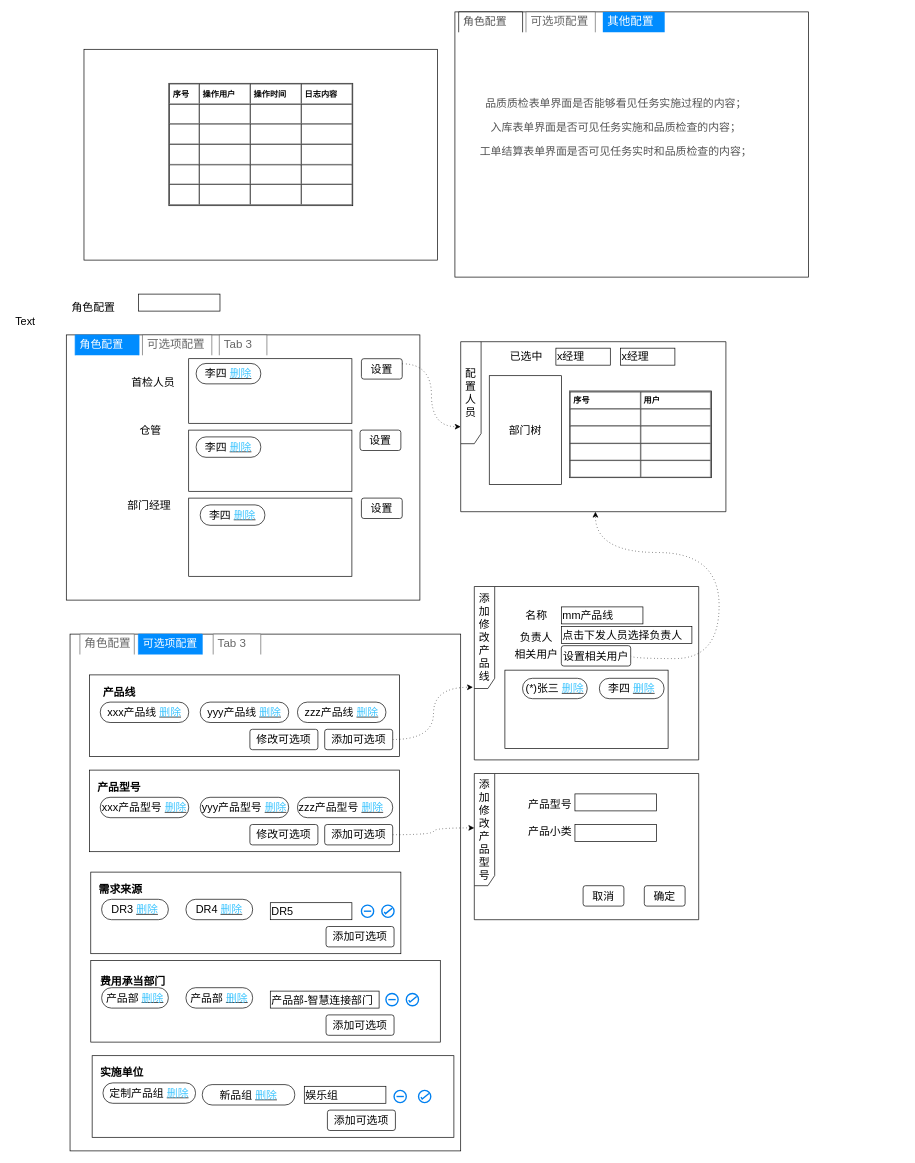
Before: page "系统管理页面" (2 of 2) of PTS.drawio in waterwatermelon/graph, a draw.io diagram. Source tidied: cells renumbered, new cells numbered last; positions are measured from the earlier drawing's top-left corner, leaving out a move shared by most shapes. Both pictures are drawn from the tidied source at 68%, with x=0, y=0 at pixel (12, 12).
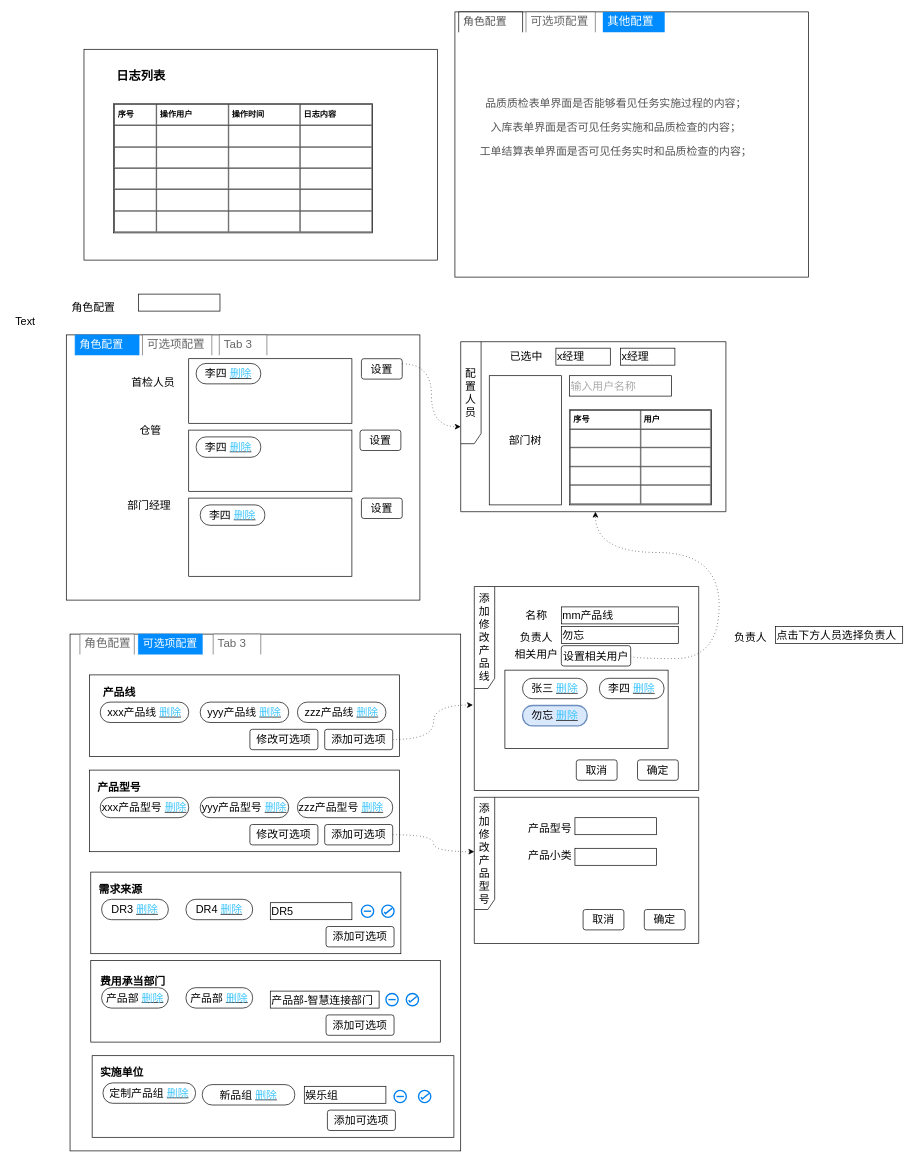
Above is the later version.

The edit, as a diff of the source:
```diff
@@
     <mxCell id="13" value="&lt;table cellpadding=&quot;4&quot; cellspacing=&quot;0&quot; border=&quot;1&quot; style=&quot;font-size: 1em ; width: 100% ; height: 100%&quot;&gt;&lt;tbody&gt;&lt;tr&gt;&lt;th&gt;序号&lt;/th&gt;&lt;th&gt;操作用户&lt;/th&gt;&lt;td&gt;&lt;b&gt;操作时间&lt;/b&gt;&lt;/td&gt;&lt;td&gt;&lt;b&gt;日志内容&lt;/b&gt;&lt;/td&gt;&lt;/tr&gt;&lt;tr&gt;&lt;td&gt;&lt;br&gt;&lt;/td&gt;&lt;td&gt;&lt;br&gt;&lt;/td&gt;&lt;td&gt;&lt;br&gt;&lt;/td&gt;&lt;td&gt;&lt;br&gt;&lt;/td&gt;&lt;/tr&gt;&lt;tr&gt;&lt;td&gt;&lt;br&gt;&lt;/td&gt;&lt;td&gt;&lt;br&gt;&lt;/td&gt;&lt;td&gt;&lt;b&gt;&lt;br&gt;&lt;/b&gt;&lt;/td&gt;&lt;td&gt;&lt;br&gt;&lt;/td&gt;&lt;/tr&gt;&lt;tr&gt;&lt;td&gt;&lt;br&gt;&lt;/td&gt;&lt;td&gt;&lt;br&gt;&lt;/td&gt;&lt;td&gt;&lt;br&gt;&lt;/td&gt;&lt;td&gt;&lt;br&gt;&lt;/td&gt;&lt;/tr&gt;&lt;tr&gt;&lt;td&gt;&lt;br&gt;&lt;/td&gt;&lt;td&gt;&lt;br&gt;&lt;/td&gt;&lt;td&gt;&lt;br&gt;&lt;/td&gt;&lt;td&gt;&lt;br&gt;&lt;/td&gt;&lt;/tr&gt;&lt;tr&gt;&lt;td&gt;&lt;br&gt;&lt;/td&gt;&lt;td&gt;&lt;br&gt;&lt;/td&gt;&lt;td&gt;&lt;br&gt;&lt;/td&gt;&lt;td&gt;&lt;br&gt;&lt;/td&gt;&lt;/tr&gt;&lt;/tbody&gt;&lt;/table&gt; " style="verticalAlign=top;align=left;overflow=fill;fontSize=12;fontFamily=Helvetica;html=1;rounded=0;glass=0;sketch=0;strokeColor=#000000;fillColor=#FFFFFF;" parent="1" vertex="1">
-      <mxGeometry x="230.8" y="105" width="270.5" height="180" as="geometry" />
+      <mxGeometry x="149.5" y="135" width="380.5" height="190" as="geometry" />
     </mxCell>
@@
     <mxCell id="30" value="添加&lt;br&gt;修改产品型号" style="shape=umlFrame;whiteSpace=wrap;html=1;rounded=1;glass=0;sketch=0;strokeColor=#000000;fillColor=#FFFFFF;fontSize=16;width=30;height=165;" parent="1" vertex="1">
-      <mxGeometry x="680" y="1120" width="330" height="215" as="geometry" />
+      <mxGeometry x="680" y="1155" width="330" height="215" as="geometry" />
     </mxCell>
     <mxCell id="31" value="产品型号" style="text;html=1;strokeColor=none;fillColor=none;align=center;verticalAlign=middle;whiteSpace=wrap;rounded=0;glass=0;sketch=0;fontSize=16;" parent="1" vertex="1">
-      <mxGeometry x="755" y="1155" width="73" height="20" as="geometry" />
+      <mxGeometry x="755" y="1190" width="73" height="20" as="geometry" />
     </mxCell>
     <mxCell id="32" value="产品小类" style="text;html=1;strokeColor=none;fillColor=none;align=center;verticalAlign=middle;whiteSpace=wrap;rounded=0;glass=0;sketch=0;fontSize=16;" parent="1" vertex="1">
-      <mxGeometry x="755" y="1195" width="73" height="20" as="geometry" />
+      <mxGeometry x="755" y="1230" width="73" height="20" as="geometry" />
     </mxCell>
@@
     <mxCell id="34" style="rounded=0;whiteSpace=wrap;html=1;glass=0;sketch=0;strokeColor=#000000;fillColor=#FFFFFF;fontSize=16;align=left;" parent="1" vertex="1">
-      <mxGeometry x="828" y="1150" width="120" height="25" as="geometry" />
+      <mxGeometry x="828" y="1185" width="120" height="25" as="geometry" />
     </mxCell>
     <mxCell id="35" style="rounded=0;whiteSpace=wrap;html=1;glass=0;sketch=0;strokeColor=#000000;fillColor=#FFFFFF;fontSize=16;align=left;" parent="1" vertex="1">
-      <mxGeometry x="828" y="1195" width="120" height="25" as="geometry" />
+      <mxGeometry x="828" y="1230" width="120" height="25" as="geometry" />
     </mxCell>
     <mxCell id="36" value="取消" style="rounded=1;whiteSpace=wrap;html=1;glass=0;sketch=0;strokeColor=#000000;fillColor=#FFFFFF;fontSize=16;align=center;arcSize=12;" parent="1" vertex="1">
-      <mxGeometry x="840" y="1285" width="60" height="30" as="geometry" />
+      <mxGeometry x="840" y="1320" width="60" height="30" as="geometry" />
     </mxCell>
     <mxCell id="37" value="确定" style="rounded=1;whiteSpace=wrap;html=1;glass=0;sketch=0;strokeColor=#000000;fillColor=#FFFFFF;fontSize=16;align=center;arcSize=12;" parent="1" vertex="1">
-      <mxGeometry x="930" y="1285" width="60" height="30" as="geometry" />
+      <mxGeometry x="930" y="1320" width="60" height="30" as="geometry" />
     </mxCell>
     <mxCell id="38" value="添加&lt;br&gt;修改&lt;br&gt;产品线" style="shape=umlFrame;whiteSpace=wrap;html=1;rounded=1;glass=0;sketch=0;strokeColor=#000000;fillColor=#FFFFFF;fontSize=16;width=30;height=150;" parent="1" vertex="1">
-      <mxGeometry x="680" y="845" width="330" height="255" as="geometry" />
+      <mxGeometry x="680" y="845" width="330" height="300" as="geometry" />
     </mxCell>
@@
-    <mxCell id="41" value="(*)张三&amp;nbsp;&lt;u&gt;&lt;font color=&quot;#40c6ff&quot;&gt;删除&lt;/font&gt;&lt;/u&gt;" style="rounded=1;whiteSpace=wrap;html=1;glass=0;sketch=0;strokeColor=#000000;fillColor=#FFFFFF;fontSize=16;align=center;arcSize=48;" parent="1" vertex="1">
+    <mxCell id="41" value="张三&amp;nbsp;&lt;u&gt;&lt;font color=&quot;#40c6ff&quot;&gt;删除&lt;/font&gt;&lt;/u&gt;" style="rounded=1;whiteSpace=wrap;html=1;glass=0;sketch=0;strokeColor=#000000;fillColor=#FFFFFF;fontSize=16;align=center;arcSize=48;" parent="1" vertex="1">
       <mxGeometry x="751" y="980" width="95" height="30" as="geometry" />
     </mxCell>
@@
-    <mxCell id="46" value="点击下发人员选择负责人" style="rounded=0;whiteSpace=wrap;html=1;glass=0;sketch=0;strokeColor=#000000;fillColor=#FFFFFF;fontSize=16;align=left;" parent="1" vertex="1">
-      <mxGeometry x="808" y="904" width="192" height="25" as="geometry" />
+    <mxCell id="46" value="勿忘" style="rounded=0;whiteSpace=wrap;html=1;glass=0;sketch=0;strokeColor=#000000;fillColor=#FFFFFF;fontSize=16;align=left;" parent="1" vertex="1">
+      <mxGeometry x="808" y="904" width="172" height="25" as="geometry" />
     </mxCell>
@@
     <mxCell id="86" value="部门树" style="rounded=0;whiteSpace=wrap;html=1;glass=0;sketch=0;strokeColor=#000000;fontSize=16;fillColor=#FFFFFF;" parent="1" vertex="1">
-      <mxGeometry x="702" y="535" width="106" height="160" as="geometry" />
+      <mxGeometry x="702" y="535" width="106" height="190" as="geometry" />
     </mxCell>
     <mxCell id="87" value="&lt;table cellpadding=&quot;4&quot; cellspacing=&quot;0&quot; border=&quot;1&quot; style=&quot;font-size: 1em ; width: 100% ; height: 100%&quot;&gt;&lt;tbody&gt;&lt;tr&gt;&lt;th&gt;序号&lt;/th&gt;&lt;th&gt;用户&lt;/th&gt;&lt;/tr&gt;&lt;tr&gt;&lt;td&gt;&lt;br&gt;&lt;/td&gt;&lt;td&gt;&lt;br&gt;&lt;/td&gt;&lt;/tr&gt;&lt;tr&gt;&lt;td&gt;&lt;br&gt;&lt;/td&gt;&lt;td&gt;&lt;br&gt;&lt;/td&gt;&lt;/tr&gt;&lt;tr&gt;&lt;td&gt;&lt;br&gt;&lt;/td&gt;&lt;td&gt;&lt;br&gt;&lt;/td&gt;&lt;/tr&gt;&lt;tr&gt;&lt;td&gt;&lt;br&gt;&lt;/td&gt;&lt;td&gt;&lt;br&gt;&lt;/td&gt;&lt;/tr&gt;&lt;/tbody&gt;&lt;/table&gt; " style="verticalAlign=top;align=left;overflow=fill;fontSize=12;fontFamily=Helvetica;html=1;rounded=0;glass=0;sketch=0;strokeColor=#000000;fillColor=#FFFFFF;" parent="1" vertex="1">
-      <mxGeometry x="820" y="557.5" width="209" height="127.5" as="geometry" />
+      <mxGeometry x="820" y="585" width="209" height="140" as="geometry" />
     </mxCell>
@@
     <mxCell id="91" value="mm产品线" style="rounded=0;whiteSpace=wrap;html=1;glass=0;sketch=0;strokeColor=#000000;fillColor=#FFFFFF;fontSize=16;align=left;" parent="1" vertex="1">
-      <mxGeometry x="808" y="875" width="120" height="25" as="geometry" />
+      <mxGeometry x="808" y="875" width="172" height="25" as="geometry" />
     </mxCell>
@@
+    <mxCell id="99" value="&lt;font color=&quot;#aaaaaa&quot;&gt;输入用户名称&lt;/font&gt;" style="rounded=0;whiteSpace=wrap;html=1;glass=0;sketch=0;strokeColor=#000000;fillColor=#FFFFFF;fontSize=16;align=left;" parent="1" vertex="1">
+      <mxGeometry x="820" y="535" width="150" height="30" as="geometry" />
+    </mxCell>
+    <mxCell id="100" value="勿忘&amp;nbsp;&lt;u&gt;&lt;font color=&quot;#40c6ff&quot;&gt;删除&lt;/font&gt;&lt;/u&gt;" style="rounded=1;whiteSpace=wrap;html=1;glass=0;sketch=0;strokeColor=#6c8ebf;fillColor=#dae8fc;fontSize=16;align=center;arcSize=48;strokeWidth=2;" parent="1" vertex="1">
+      <mxGeometry x="751" y="1020" width="95" height="30" as="geometry" />
+    </mxCell>
+    <mxCell id="101" value="负责人" style="text;html=1;strokeColor=none;fillColor=none;align=center;verticalAlign=middle;whiteSpace=wrap;rounded=0;glass=0;sketch=0;fontSize=16;" parent="1" vertex="1">
+      <mxGeometry x="1050" y="909" width="73" height="20" as="geometry" />
+    </mxCell>
+    <mxCell id="102" value="点击下方人员选择负责人" style="rounded=0;whiteSpace=wrap;html=1;glass=0;sketch=0;strokeColor=#000000;fillColor=#FFFFFF;fontSize=16;align=left;" parent="1" vertex="1">
+      <mxGeometry x="1123" y="904" width="187" height="25" as="geometry" />
+    </mxCell>
+    <mxCell id="103" value="取消" style="rounded=1;whiteSpace=wrap;html=1;glass=0;sketch=0;strokeColor=#000000;fillColor=#FFFFFF;fontSize=16;align=center;arcSize=12;" parent="1" vertex="1">
+      <mxGeometry x="830" y="1100" width="60" height="30" as="geometry" />
+    </mxCell>
+    <mxCell id="104" value="确定" style="rounded=1;whiteSpace=wrap;html=1;glass=0;sketch=0;strokeColor=#000000;fillColor=#FFFFFF;fontSize=16;align=center;arcSize=12;" parent="1" vertex="1">
+      <mxGeometry x="920" y="1100" width="60" height="30" as="geometry" />
+    </mxCell>
+    <mxCell id="105" value="日志列表" style="text;html=1;strokeColor=none;fillColor=none;align=center;verticalAlign=middle;whiteSpace=wrap;rounded=0;glass=0;sketch=0;fontSize=18;fontStyle=1;" parent="1" vertex="1">
+      <mxGeometry x="149.5" y="85" width="80" height="20" as="geometry" />
+    </mxCell>
```
